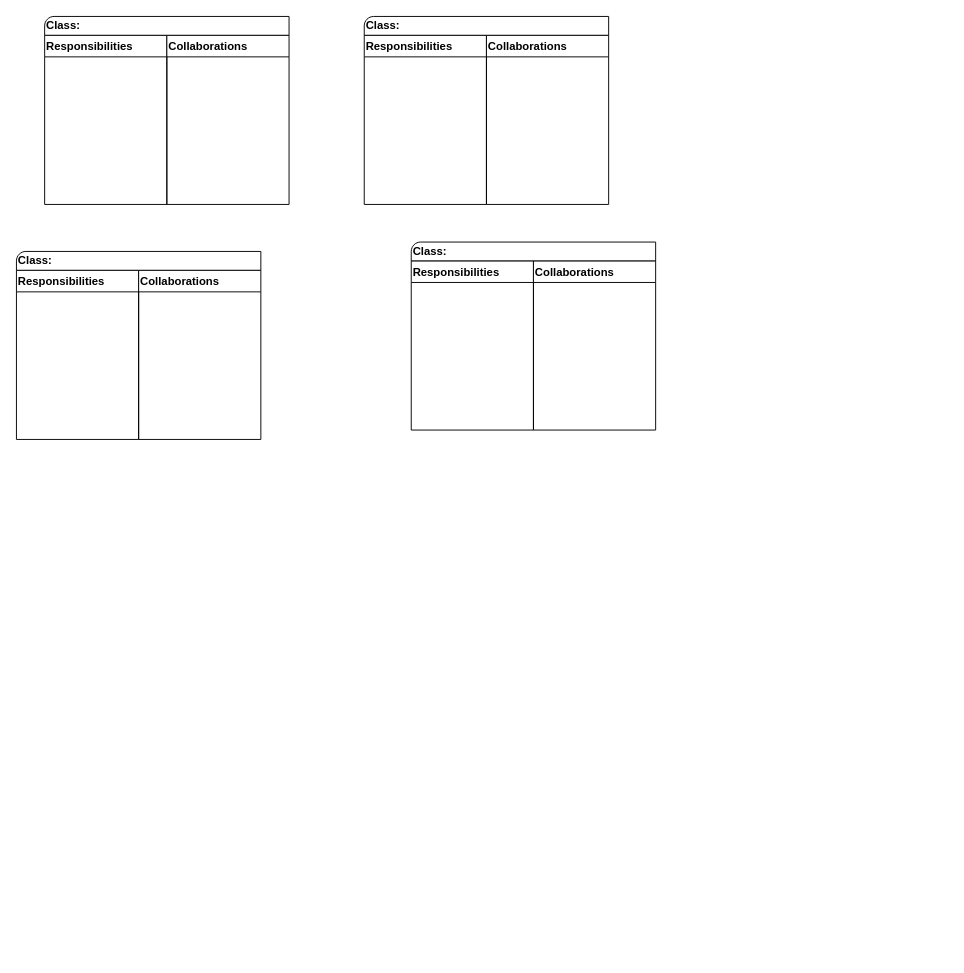
This is CRC.drawio from AngusJ98/Rats, a draw.io file, before an edit. Source tidied: cells renumbered, new cells numbered last; positions are measured from the earlier drawing's top-left corner, leaving out a move shared by most shapes. Both pictures are drawn from the tidied source at 94%, with x=0, y=0 at pixel (16, 16).
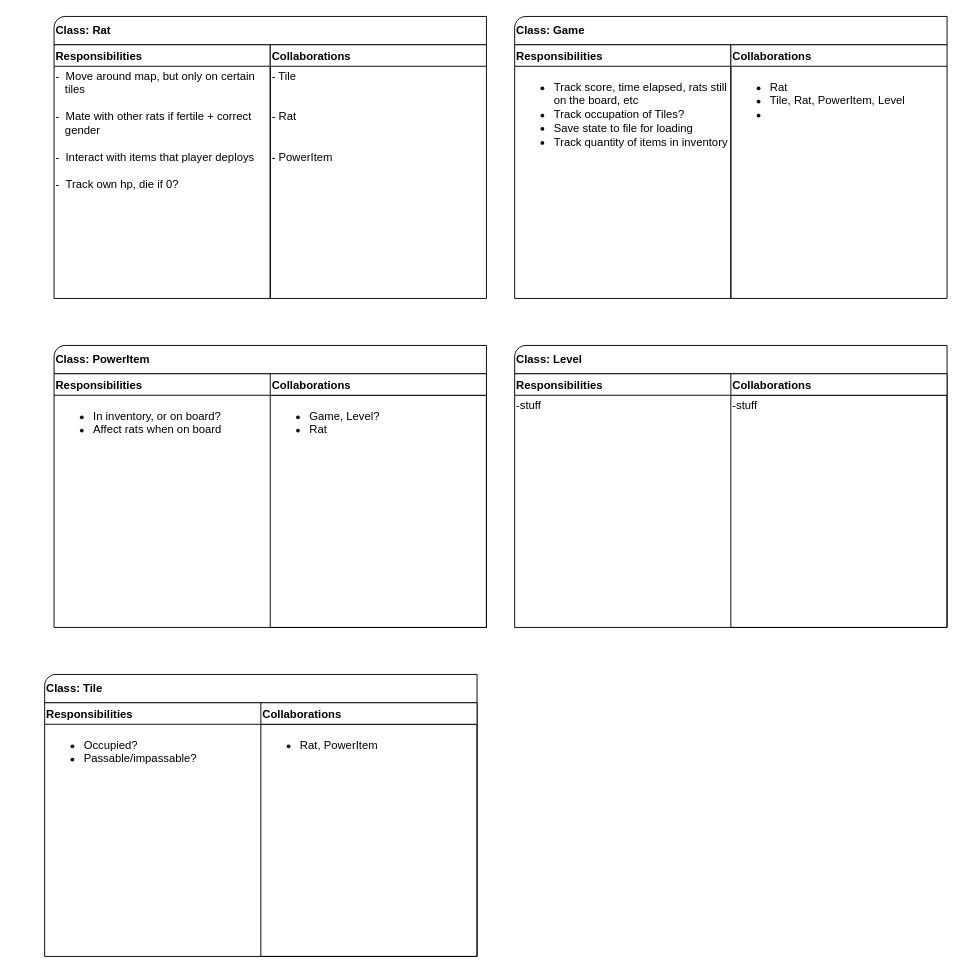
Above is the later version.

Commit message:
Update CRC.drawio; rough draft, incomplete

The edit, as a diff of the source:
```diff
@@
+    <mxCell id="14" style="group;" parent="1" vertex="1">
+      <mxGeometry x="40" width="460" height="300" as="geometry" />
+    </mxCell>
-    <mxCell id="2" value="Responsibilities" style="swimlane;align=left;" parent="1" vertex="1">
-      <mxGeometry x="30" y="20" width="130" height="180" as="geometry" />
+    <mxCell id="2" value="Responsibilities" style="swimlane;align=left;" parent="14" vertex="1">
+      <mxGeometry y="30" width="230" height="270" as="geometry" />
     </mxCell>
+    <mxCell id="15" value="- &amp;nbsp;Move around map, but only on certain&lt;br&gt;&amp;nbsp; &amp;nbsp;tiles&lt;br&gt;&lt;br&gt;- &amp;nbsp;Mate with other rats if fertile + correct&lt;br&gt;&amp;nbsp; &amp;nbsp;gender&lt;br&gt;&lt;br&gt;- &amp;nbsp;Interact with items that player deploys&lt;br&gt;&lt;br&gt;- &amp;nbsp;Track own hp, die if 0?" style="text;html=1;strokeColor=none;fillColor=none;align=left;verticalAlign=top;whiteSpace=wrap;rounded=0;labelPosition=center;verticalLabelPosition=middle;" parent="2" vertex="1">
+      <mxGeometry y="20" width="230" height="250" as="geometry" />
+    </mxCell>
-    <mxCell id="3" value="Collaborations" style="swimlane;align=left;" parent="1" vertex="1">
-      <mxGeometry x="160" y="20" width="130" height="180" as="geometry" />
+    <mxCell id="3" value="Collaborations" style="swimlane;align=left;" parent="14" vertex="1">
+      <mxGeometry x="230" y="30" width="230" height="270" as="geometry" />
     </mxCell>
+    <mxCell id="16" value="- Tile&lt;br&gt;&lt;br&gt;&lt;br&gt;- Rat&lt;br&gt;&lt;br&gt;&lt;br&gt;- PowerItem" style="text;html=1;strokeColor=none;fillColor=none;align=left;verticalAlign=top;whiteSpace=wrap;rounded=0;" parent="3" vertex="1">
+      <mxGeometry y="20" width="230" height="250" as="geometry" />
+    </mxCell>
-    <mxCell id="4" value="&lt;b&gt;Class:&lt;/b&gt;" style="verticalLabelPosition=middle;verticalAlign=middle;html=1;shape=mxgraph.basic.corner_round_rect;dx=6;labelPosition=center;align=left;" parent="1" vertex="1">
-      <mxGeometry x="30" width="260" height="20" as="geometry" />
+    <mxCell id="4" value="&lt;b&gt;Class: Rat&lt;/b&gt;" style="verticalLabelPosition=middle;verticalAlign=middle;html=1;shape=mxgraph.basic.corner_round_rect;dx=6;labelPosition=center;align=left;" parent="14" vertex="1">
+      <mxGeometry width="460" height="30" as="geometry" />
     </mxCell>
-    <mxCell id="5" value="Responsibilities" style="swimlane;align=left;" parent="1" vertex="1">
-      <mxGeometry x="370" y="20" width="130" height="180" as="geometry" />
-    </mxCell>
-    <mxCell id="6" value="Collaborations" style="swimlane;align=left;" parent="1" vertex="1">
-      <mxGeometry x="500" y="20" width="130" height="180" as="geometry" />
-    </mxCell>
-    <mxCell id="7" value="&lt;b&gt;Class:&lt;/b&gt;" style="verticalLabelPosition=middle;verticalAlign=middle;html=1;shape=mxgraph.basic.corner_round_rect;dx=6;labelPosition=center;align=left;" parent="1" vertex="1">
-      <mxGeometry x="370" width="260" height="20" as="geometry" />
-    </mxCell>
-    <mxCell id="8" value="Responsibilities" style="swimlane;align=left;" parent="1" vertex="1">
-      <mxGeometry y="270" width="130" height="180" as="geometry" />
-    </mxCell>
-    <mxCell id="9" value="Collaborations" style="swimlane;align=left;" parent="1" vertex="1">
-      <mxGeometry x="130" y="270" width="130" height="180" as="geometry" />
-    </mxCell>
-    <mxCell id="10" value="&lt;b&gt;Class:&lt;/b&gt;" style="verticalLabelPosition=middle;verticalAlign=middle;html=1;shape=mxgraph.basic.corner_round_rect;dx=6;labelPosition=center;align=left;" parent="1" vertex="1">
-      <mxGeometry y="250" width="260" height="20" as="geometry" />
-    </mxCell>
-    <mxCell id="11" value="Responsibilities" style="swimlane;align=left;" parent="1" vertex="1">
-      <mxGeometry x="420" y="260" width="130" height="180" as="geometry" />
-    </mxCell>
-    <mxCell id="12" value="Collaborations" style="swimlane;align=left;" parent="1" vertex="1">
-      <mxGeometry x="550" y="260" width="130" height="180" as="geometry" />
-    </mxCell>
-    <mxCell id="13" value="&lt;b&gt;Class:&lt;/b&gt;" style="verticalLabelPosition=middle;verticalAlign=middle;html=1;shape=mxgraph.basic.corner_round_rect;dx=6;labelPosition=center;align=left;" parent="1" vertex="1">
-      <mxGeometry x="420" y="240" width="260" height="20" as="geometry" />
-    </mxCell>
+    <mxCell id="17" style="group;" parent="1" vertex="1">
+      <mxGeometry x="40" y="350" width="460" height="300" as="geometry" />
+    </mxCell>
+    <mxCell id="18" value="Responsibilities" style="swimlane;align=left;" parent="17" vertex="1">
+      <mxGeometry y="30" width="460" height="270" as="geometry" />
+    </mxCell>
+    <mxCell id="19" value="&lt;ul&gt;&lt;li&gt;In inventory, or on board?&lt;/li&gt;&lt;li&gt;Affect rats when on board&lt;/li&gt;&lt;/ul&gt;" style="text;html=1;strokeColor=none;fillColor=none;align=left;verticalAlign=top;whiteSpace=wrap;rounded=0;labelPosition=center;verticalLabelPosition=middle;" parent="18" vertex="1">
+      <mxGeometry y="20" width="230" height="250" as="geometry" />
+    </mxCell>
+    <mxCell id="20" value="&lt;ul&gt;&lt;li&gt;Game, Level?&lt;br&gt;&lt;/li&gt;&lt;li&gt;Rat&lt;/li&gt;&lt;/ul&gt;" style="text;html=1;strokeColor=none;fillColor=none;align=left;verticalAlign=top;whiteSpace=wrap;rounded=0;" parent="18" vertex="1">
+      <mxGeometry x="230" y="20" width="230" height="250" as="geometry" />
+    </mxCell>
+    <mxCell id="21" value="Collaborations" style="swimlane;align=left;" parent="17" vertex="1">
+      <mxGeometry x="230" y="30" width="230" height="270" as="geometry" />
+    </mxCell>
+    <mxCell id="22" value="&lt;b&gt;Class: PowerItem&lt;/b&gt;" style="verticalLabelPosition=middle;verticalAlign=middle;html=1;shape=mxgraph.basic.corner_round_rect;dx=6;labelPosition=center;align=left;" parent="17" vertex="1">
+      <mxGeometry width="460" height="30" as="geometry" />
+    </mxCell>
+    <mxCell id="23" style="group;" parent="1" vertex="1">
+      <mxGeometry x="30" y="700" width="460" height="300" as="geometry" />
+    </mxCell>
+    <mxCell id="24" value="Responsibilities" style="swimlane;align=left;" parent="23" vertex="1">
+      <mxGeometry y="30" width="460" height="270" as="geometry" />
+    </mxCell>
+    <mxCell id="25" value="&lt;ul&gt;&lt;li&gt;Occupied?&lt;br&gt;&lt;/li&gt;&lt;li&gt;Passable/impassable?&lt;/li&gt;&lt;/ul&gt;" style="text;html=1;strokeColor=none;fillColor=none;align=left;verticalAlign=top;whiteSpace=wrap;rounded=0;labelPosition=center;verticalLabelPosition=middle;" parent="24" vertex="1">
+      <mxGeometry y="20" width="230" height="250" as="geometry" />
+    </mxCell>
+    <mxCell id="26" value="&lt;ul&gt;&lt;li&gt;Rat, PowerItem&lt;br&gt;&lt;/li&gt;&lt;/ul&gt;" style="text;html=1;strokeColor=none;fillColor=none;align=left;verticalAlign=top;whiteSpace=wrap;rounded=0;" parent="24" vertex="1">
+      <mxGeometry x="230" y="20" width="230" height="250" as="geometry" />
+    </mxCell>
+    <mxCell id="27" value="Collaborations" style="swimlane;align=left;" parent="23" vertex="1">
+      <mxGeometry x="230" y="30" width="230" height="270" as="geometry" />
+    </mxCell>
+    <mxCell id="28" value="&lt;b&gt;Class: Tile&lt;/b&gt;" style="verticalLabelPosition=middle;verticalAlign=middle;html=1;shape=mxgraph.basic.corner_round_rect;dx=6;labelPosition=center;align=left;" parent="23" vertex="1">
+      <mxGeometry width="460" height="30" as="geometry" />
+    </mxCell>
+    <mxCell id="29" style="group;" parent="1" vertex="1">
+      <mxGeometry x="530" width="460" height="300" as="geometry" />
+    </mxCell>
+    <mxCell id="30" value="Responsibilities" style="swimlane;align=left;" parent="29" vertex="1">
+      <mxGeometry y="30" width="230" height="270" as="geometry" />
+    </mxCell>
+    <mxCell id="31" value="Collaborations" style="swimlane;align=left;" parent="29" vertex="1">
+      <mxGeometry x="230" y="30" width="230" height="270" as="geometry" />
+    </mxCell>
+    <mxCell id="32" value="&lt;ul&gt;&lt;li&gt;Track score, time elapsed, rats still on the board, etc&lt;/li&gt;&lt;li&gt;Track occupation of Tiles?&lt;/li&gt;&lt;li&gt;Save state to file for loading&lt;/li&gt;&lt;li&gt;Track quantity of items in inventory&lt;/li&gt;&lt;/ul&gt;" style="text;html=1;strokeColor=none;fillColor=none;align=left;verticalAlign=top;whiteSpace=wrap;rounded=0;labelPosition=center;verticalLabelPosition=middle;" parent="31" vertex="1">
+      <mxGeometry x="-230" y="20" width="230" height="250" as="geometry" />
+    </mxCell>
+    <mxCell id="33" value="&lt;ul&gt;&lt;li&gt;Rat&lt;/li&gt;&lt;li&gt;Tile, Rat, PowerItem, Level&lt;br&gt;&lt;/li&gt;&lt;li&gt;&lt;br&gt;&lt;/li&gt;&lt;/ul&gt;" style="text;html=1;strokeColor=none;fillColor=none;align=left;verticalAlign=top;whiteSpace=wrap;rounded=0;" parent="31" vertex="1">
+      <mxGeometry y="20" width="230" height="250" as="geometry" />
+    </mxCell>
+    <mxCell id="34" value="&lt;b&gt;Class: Game&lt;/b&gt;" style="verticalLabelPosition=middle;verticalAlign=middle;html=1;shape=mxgraph.basic.corner_round_rect;dx=6;labelPosition=center;align=left;" parent="29" vertex="1">
+      <mxGeometry width="460" height="30" as="geometry" />
+    </mxCell>
+    <mxCell id="35" style="group;" parent="1" vertex="1">
+      <mxGeometry x="530" y="350" width="460" height="300" as="geometry" />
+    </mxCell>
+    <mxCell id="36" value="Responsibilities" style="swimlane;align=left;" parent="35" vertex="1">
+      <mxGeometry y="30" width="460" height="270" as="geometry" />
+    </mxCell>
+    <mxCell id="37" value="-stuff" style="text;html=1;strokeColor=none;fillColor=none;align=left;verticalAlign=top;whiteSpace=wrap;rounded=0;labelPosition=center;verticalLabelPosition=middle;" parent="36" vertex="1">
+      <mxGeometry y="20" width="230" height="250" as="geometry" />
+    </mxCell>
+    <mxCell id="38" value="-stuff" style="text;html=1;strokeColor=none;fillColor=none;align=left;verticalAlign=top;whiteSpace=wrap;rounded=0;" parent="36" vertex="1">
+      <mxGeometry x="230" y="20" width="230" height="250" as="geometry" />
+    </mxCell>
+    <mxCell id="39" value="Collaborations" style="swimlane;align=left;" parent="35" vertex="1">
+      <mxGeometry x="230" y="30" width="230" height="270" as="geometry" />
+    </mxCell>
+    <mxCell id="40" value="&lt;b&gt;Class: Level&lt;/b&gt;" style="verticalLabelPosition=middle;verticalAlign=middle;html=1;shape=mxgraph.basic.corner_round_rect;dx=6;labelPosition=center;align=left;" parent="35" vertex="1">
+      <mxGeometry width="460" height="30" as="geometry" />
+    </mxCell>
```
